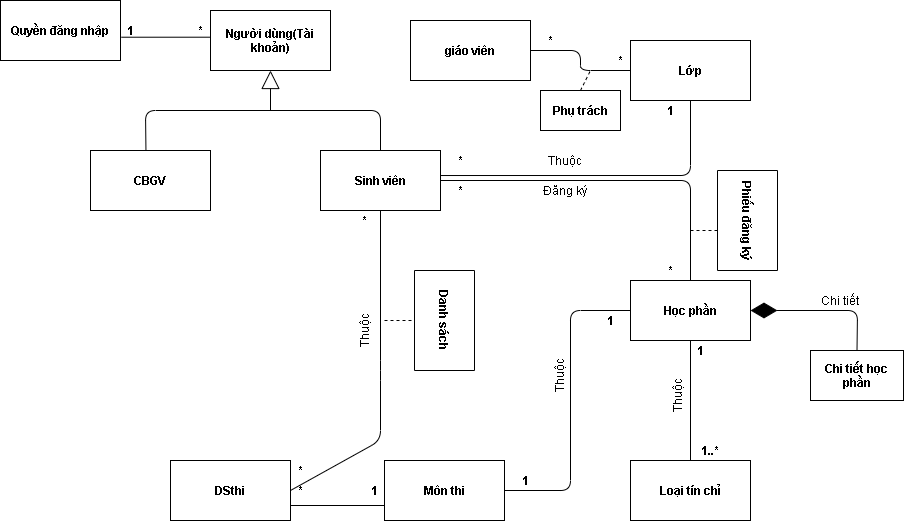
Dat0309/Cong-Nghe-Phan-Mem keeps this draw.io diagram as Ctk43/Phần Mềm Đăng Ký Học Phần/Class Diagram.drawio.png. Above is the earlier version. Source tidied: cells renumbered, new cells last; positions are measured from the earlier drawing's top-left corner, leaving out a move shared by most shapes.
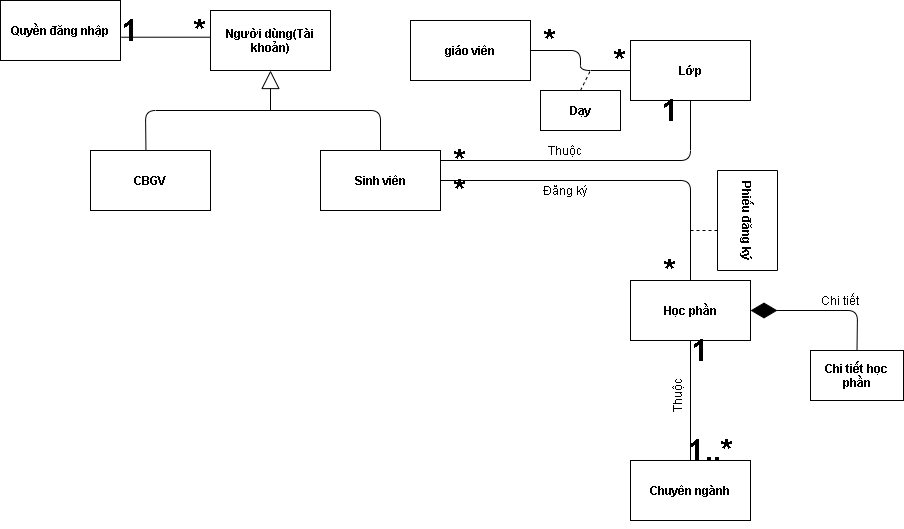
Later version of the same file.

Diff of the diagram source:
```diff
@@ -14,26 +14,23 @@
     <mxCell id="5" value="&lt;b&gt;Quyền đăng nhập&lt;/b&gt;" style="rounded=0;whiteSpace=wrap;html=1;" parent="1" vertex="1">
       <mxGeometry width="120" height="60" as="geometry" />
     </mxCell>
-    <mxCell id="6" value="&lt;b&gt;Môn thi&lt;/b&gt;" style="rounded=0;whiteSpace=wrap;html=1;" parent="1" vertex="1">
-      <mxGeometry x="384" y="460" width="120" height="60" as="geometry" />
-    </mxCell>
     <mxCell id="7" value="&lt;b&gt;CBGV&lt;/b&gt;" style="rounded=0;whiteSpace=wrap;html=1;" parent="1" vertex="1">
       <mxGeometry x="90" y="150" width="120" height="60" as="geometry" />
     </mxCell>
-    <mxCell id="8" value="&lt;b&gt;DSthi&lt;/b&gt;" style="rounded=0;whiteSpace=wrap;html=1;" parent="1" vertex="1">
-      <mxGeometry x="170" y="460" width="120" height="60" as="geometry" />
-    </mxCell>
     <mxCell id="9" value="&lt;b&gt;Lớp&lt;/b&gt;" style="rounded=0;whiteSpace=wrap;html=1;" parent="1" vertex="1">
       <mxGeometry x="630" y="40" width="120" height="60" as="geometry" />
     </mxCell>
-    <mxCell id="10" value="&lt;b&gt;Loại tín chỉ&lt;/b&gt;" style="rounded=0;whiteSpace=wrap;html=1;" parent="1" vertex="1">
+    <mxCell id="10" value="&lt;b&gt;Chuyên ngành&lt;br&gt;&lt;/b&gt;" style="rounded=0;whiteSpace=wrap;html=1;" parent="1" vertex="1">
       <mxGeometry x="630" y="460" width="120" height="60" as="geometry" />
     </mxCell>
     <mxCell id="11" value="&lt;b&gt;giáo viên&lt;/b&gt;" style="rounded=0;whiteSpace=wrap;html=1;" parent="1" vertex="1">
       <mxGeometry x="410" y="20" width="120" height="60" as="geometry" />
     </mxCell>
-    <mxCell id="12" style="edgeStyle=orthogonalEdgeStyle;rounded=0;orthogonalLoop=1;jettySize=auto;html=1;exitX=0.5;exitY=1;exitDx=0;exitDy=0;" parent="1" edge="1" source="6" target="6">
-      <mxGeometry relative="1" as="geometry" />
+    <mxCell id="12" style="edgeStyle=orthogonalEdgeStyle;rounded=0;orthogonalLoop=1;jettySize=auto;html=1;exitX=0.5;exitY=1;exitDx=0;exitDy=0;" parent="1" edge="1">
+      <mxGeometry relative="1" as="geometry">
+        <mxPoint x="444" y="520" as="sourcePoint" />
+        <mxPoint x="444" y="520" as="targetPoint" />
+      </mxGeometry>
     </mxCell>
     <mxCell id="13" style="endArrow=none;html=1;exitX=1;exitY=0.5;exitDx=0;exitDy=0;entryX=0.5;entryY=0;entryDx=0;entryDy=0;" parent="1" edge="1" source="3" target="4">
       <mxGeometry relative="1" as="geometry">
@@ -51,40 +48,16 @@
     <mxCell id="15" value="&lt;b&gt;Phiếu đăng ký&lt;/b&gt;" style="rounded=0;whiteSpace=wrap;html=1;rotation=90;" parent="1" vertex="1">
       <mxGeometry x="697" y="190" width="100" height="60" as="geometry" />
     </mxCell>
-    <mxCell id="16" style="endArrow=none;html=1;exitX=1.003;exitY=0.417;exitDx=0;exitDy=0;exitPerimeter=0;entryX=0.5;entryY=1;entryDx=0;entryDy=0;" parent="1" edge="1" source="3" target="9">
+    <mxCell id="16" style="endArrow=none;html=1;exitX=0;exitY=0.5;exitDx=0;exitDy=0;entryX=0.5;entryY=1;entryDx=0;entryDy=0;" parent="1" edge="1" source="36" target="9">
       <mxGeometry relative="1" as="geometry">
         <Array as="points">
-          <mxPoint x="690" y="175" />
+          <mxPoint x="690" y="160" />
         </Array>
       </mxGeometry>
     </mxCell>
     <mxCell id="17" style="endArrow=none;html=1;exitX=0.5;exitY=0;exitDx=0;exitDy=0;entryX=0.5;entryY=1;entryDx=0;entryDy=0;" parent="1" edge="1" source="10" target="4">
       <mxGeometry relative="1" as="geometry" />
     </mxCell>
-    <mxCell id="18" style="endArrow=none;html=1;exitX=1;exitY=0.5;exitDx=0;exitDy=0;entryX=0;entryY=0.5;entryDx=0;entryDy=0;" parent="1" edge="1" source="6" target="4">
-      <mxGeometry relative="1" as="geometry">
-        <Array as="points">
-          <mxPoint x="570" y="490" />
-          <mxPoint x="570" y="310" />
-        </Array>
-      </mxGeometry>
-    </mxCell>
-    <mxCell id="19" style="endArrow=none;html=1;exitX=1;exitY=0.5;exitDx=0;exitDy=0;entryX=0.5;entryY=1;entryDx=0;entryDy=0;" parent="1" edge="1" source="8" target="3">
-      <mxGeometry relative="1" as="geometry">
-        <Array as="points">
-          <mxPoint x="380" y="440" />
-          <mxPoint x="380" y="370" />
-        </Array>
-      </mxGeometry>
-    </mxCell>
-    <mxCell id="20" style="endArrow=none;dashed=1;html=1;entryX=0.5;entryY=1;entryDx=0;entryDy=0;" parent="1" edge="1" target="21">
-      <mxGeometry relative="1" as="geometry">
-        <mxPoint x="384" y="320" as="sourcePoint" />
-      </mxGeometry>
-    </mxCell>
-    <mxCell id="21" value="&lt;b&gt;Danh sách&lt;/b&gt;" style="rounded=0;whiteSpace=wrap;html=1;rotation=90;" parent="1" vertex="1">
-      <mxGeometry x="394" y="290" width="100" height="60" as="geometry" />
-    </mxCell>
     <mxCell id="22" style="endArrow=none;html=1;entryX=0;entryY=0.5;entryDx=0;entryDy=0;exitX=1;exitY=0.5;exitDx=0;exitDy=0;" parent="1" edge="1" source="11" target="9">
       <mxGeometry relative="1" as="geometry">
         <Array as="points">
@@ -98,7 +71,7 @@
         <mxPoint x="590" y="70" as="targetPoint" />
       </mxGeometry>
     </mxCell>
-    <mxCell id="24" value="&lt;b&gt;Phụ trách&lt;/b&gt;" style="rounded=0;whiteSpace=wrap;html=1;" parent="1" vertex="1">
+    <mxCell id="24" value="&lt;b&gt;Dạy&lt;/b&gt;" style="rounded=0;whiteSpace=wrap;html=1;" parent="1" vertex="1">
       <mxGeometry x="540" y="90" width="80" height="40" as="geometry" />
     </mxCell>
     <mxCell id="25" style="endArrow=none;html=1;exitX=1.006;exitY=0.612;exitDx=0;exitDy=0;exitPerimeter=0;entryX=-0.001;entryY=0.445;entryDx=0;entryDy=0;entryPerimeter=0;" parent="1" edge="1" source="5" target="2">
@@ -121,57 +94,39 @@
       <mxGeometry x="540" y="180" width="50" height="20" as="geometry" />
     </mxCell>
     <mxCell id="30" value="Thuộc" style="text;html=1;strokeColor=none;fillColor=none;align=center;verticalAlign=middle;whiteSpace=wrap;rounded=0;" parent="1" vertex="1">
-      <mxGeometry x="545" y="150" width="40" height="20" as="geometry" />
+      <mxGeometry x="545" y="140" width="40" height="20" as="geometry" />
     </mxCell>
-    <mxCell id="31" value="Thuộc" style="text;html=1;strokeColor=none;fillColor=none;align=center;verticalAlign=middle;whiteSpace=wrap;rounded=0;rotation=-90;" parent="1" vertex="1">
-      <mxGeometry x="539" y="365" width="40" height="20" as="geometry" />
-    </mxCell>
     <mxCell id="32" value="Thuộc" style="text;html=1;strokeColor=none;fillColor=none;align=center;verticalAlign=middle;whiteSpace=wrap;rounded=0;rotation=-90;" parent="1" vertex="1">
       <mxGeometry x="657" y="385" width="40" height="20" as="geometry" />
     </mxCell>
-    <mxCell id="33" value="Thuộc" style="text;html=1;strokeColor=none;fillColor=none;align=center;verticalAlign=middle;whiteSpace=wrap;rounded=0;rotation=-90;" parent="1" vertex="1">
-      <mxGeometry x="344" y="320" width="40" height="20" as="geometry" />
-    </mxCell>
-    <mxCell id="34" value="1..*" style="text;html=1;strokeColor=none;fillColor=none;align=center;verticalAlign=middle;whiteSpace=wrap;rounded=0;rotation=0;fontStyle=1;" parent="1" vertex="1">
+    <mxCell id="34" value="&lt;font style=&quot;font-size: 30px&quot;&gt;1..*&lt;/font&gt;" style="text;html=1;strokeColor=none;fillColor=none;align=center;verticalAlign=middle;whiteSpace=wrap;rounded=0;rotation=0;fontStyle=1;" parent="1" vertex="1">
       <mxGeometry x="690" y="440" width="40" height="20" as="geometry" />
     </mxCell>
-    <mxCell id="35" value="1" style="text;html=1;strokeColor=none;fillColor=none;align=center;verticalAlign=middle;whiteSpace=wrap;rounded=0;rotation=0;fontStyle=1;" parent="1" vertex="1">
+    <mxCell id="35" value="&lt;font style=&quot;font-size: 30px&quot;&gt;1&lt;/font&gt;" style="text;html=1;strokeColor=none;fillColor=none;align=center;verticalAlign=middle;whiteSpace=wrap;rounded=0;rotation=0;fontStyle=1;" parent="1" vertex="1">
       <mxGeometry x="680" y="340" width="40" height="20" as="geometry" />
     </mxCell>
-    <mxCell id="36" value="*" style="text;html=1;strokeColor=none;fillColor=none;align=center;verticalAlign=middle;whiteSpace=wrap;rounded=0;rotation=0;fontStyle=1;" parent="1" vertex="1">
+    <mxCell id="36" value="&lt;font style=&quot;font-size: 30px&quot;&gt;*&lt;/font&gt;" style="text;html=1;strokeColor=none;fillColor=none;align=center;verticalAlign=middle;whiteSpace=wrap;rounded=0;rotation=0;fontStyle=1;" parent="1" vertex="1">
       <mxGeometry x="440" y="150" width="40" height="20" as="geometry" />
     </mxCell>
-    <mxCell id="37" value="1" style="text;html=1;strokeColor=none;fillColor=none;align=center;verticalAlign=middle;whiteSpace=wrap;rounded=0;rotation=0;fontStyle=1;" parent="1" vertex="1">
+    <mxCell id="37" value="&lt;font style=&quot;font-size: 30px&quot;&gt;1&lt;/font&gt;" style="text;html=1;strokeColor=none;fillColor=none;align=center;verticalAlign=middle;whiteSpace=wrap;rounded=0;rotation=0;fontStyle=1;" parent="1" vertex="1">
       <mxGeometry x="650" y="100" width="40" height="20" as="geometry" />
     </mxCell>
-    <mxCell id="38" value="*" style="text;html=1;strokeColor=none;fillColor=none;align=center;verticalAlign=middle;whiteSpace=wrap;rounded=0;rotation=0;fontStyle=1;" parent="1" vertex="1">
+    <mxCell id="38" value="&lt;font style=&quot;font-size: 30px&quot;&gt;*&lt;/font&gt;" style="text;html=1;strokeColor=none;fillColor=none;align=center;verticalAlign=middle;whiteSpace=wrap;rounded=0;rotation=0;fontStyle=1;" parent="1" vertex="1">
       <mxGeometry x="440" y="180" width="40" height="20" as="geometry" />
     </mxCell>
-    <mxCell id="39" value="*" style="text;html=1;strokeColor=none;fillColor=none;align=center;verticalAlign=middle;whiteSpace=wrap;rounded=0;rotation=0;fontStyle=1;" parent="1" vertex="1">
+    <mxCell id="39" value="&lt;font style=&quot;font-size: 30px&quot;&gt;*&lt;/font&gt;" style="text;html=1;strokeColor=none;fillColor=none;align=center;verticalAlign=middle;whiteSpace=wrap;rounded=0;rotation=0;fontStyle=1;" parent="1" vertex="1">
       <mxGeometry x="650" y="260" width="40" height="20" as="geometry" />
     </mxCell>
-    <mxCell id="40" value="1" style="text;html=1;strokeColor=none;fillColor=none;align=center;verticalAlign=middle;whiteSpace=wrap;rounded=0;rotation=0;fontStyle=1;" parent="1" vertex="1">
-      <mxGeometry x="590" y="310" width="40" height="20" as="geometry" />
-    </mxCell>
-    <mxCell id="41" value="1" style="text;html=1;strokeColor=none;fillColor=none;align=center;verticalAlign=middle;whiteSpace=wrap;rounded=0;rotation=0;fontStyle=1;" parent="1" vertex="1">
-      <mxGeometry x="505" y="470" width="40" height="20" as="geometry" />
-    </mxCell>
-    <mxCell id="42" value="*" style="text;html=1;strokeColor=none;fillColor=none;align=center;verticalAlign=middle;whiteSpace=wrap;rounded=0;rotation=0;fontStyle=1;" parent="1" vertex="1">
+    <mxCell id="42" value="&lt;font style=&quot;font-size: 30px&quot;&gt;*&lt;/font&gt;" style="text;html=1;strokeColor=none;fillColor=none;align=center;verticalAlign=middle;whiteSpace=wrap;rounded=0;rotation=0;fontStyle=1;" parent="1" vertex="1">
       <mxGeometry x="530" y="30" width="40" height="20" as="geometry" />
     </mxCell>
-    <mxCell id="43" value="*" style="text;html=1;strokeColor=none;fillColor=none;align=center;verticalAlign=middle;whiteSpace=wrap;rounded=0;rotation=0;fontStyle=1;" parent="1" vertex="1">
+    <mxCell id="43" value="&lt;font style=&quot;font-size: 30px&quot;&gt;*&lt;/font&gt;" style="text;html=1;strokeColor=none;fillColor=none;align=center;verticalAlign=middle;whiteSpace=wrap;rounded=0;rotation=0;fontStyle=1;" parent="1" vertex="1">
       <mxGeometry x="600" y="50" width="40" height="20" as="geometry" />
     </mxCell>
-    <mxCell id="44" value="&lt;b&gt;*&lt;/b&gt;" style="text;html=1;strokeColor=none;fillColor=none;align=center;verticalAlign=middle;whiteSpace=wrap;rounded=0;rotation=0;fontStyle=0;" parent="1" vertex="1">
-      <mxGeometry x="344" y="210" width="40" height="20" as="geometry" />
-    </mxCell>
-    <mxCell id="45" value="*" style="text;html=1;strokeColor=none;fillColor=none;align=center;verticalAlign=middle;whiteSpace=wrap;rounded=0;rotation=0;fontStyle=1;" parent="1" vertex="1">
-      <mxGeometry x="280" y="460" width="40" height="20" as="geometry" />
-    </mxCell>
-    <mxCell id="46" value="*" style="text;html=1;strokeColor=none;fillColor=none;align=center;verticalAlign=middle;whiteSpace=wrap;rounded=0;rotation=0;fontStyle=1;" parent="1" vertex="1">
+    <mxCell id="46" value="&lt;font style=&quot;font-size: 30px&quot;&gt;*&lt;/font&gt;" style="text;html=1;strokeColor=none;fillColor=none;align=center;verticalAlign=middle;whiteSpace=wrap;rounded=0;rotation=0;fontStyle=1;" parent="1" vertex="1">
       <mxGeometry x="180" y="20" width="40" height="20" as="geometry" />
     </mxCell>
-    <mxCell id="47" value="1" style="text;html=1;strokeColor=none;fillColor=none;align=center;verticalAlign=middle;whiteSpace=wrap;rounded=0;rotation=0;fontStyle=1;" parent="1" vertex="1">
+    <mxCell id="47" value="&lt;font style=&quot;font-size: 30px&quot;&gt;1&lt;/font&gt;" style="text;html=1;strokeColor=none;fillColor=none;align=center;verticalAlign=middle;whiteSpace=wrap;rounded=0;rotation=0;fontStyle=1;" parent="1" vertex="1">
       <mxGeometry x="110" y="20" width="40" height="20" as="geometry" />
     </mxCell>
     <mxCell id="48" style="endArrow=none;html=1;exitX=0.462;exitY=-0.014;exitDx=0;exitDy=0;exitPerimeter=0;entryX=0.5;entryY=0;entryDx=0;entryDy=0;" parent="1" edge="1" source="7" target="3">
@@ -187,14 +142,5 @@
         <mxPoint x="270" y="110" as="sourcePoint" />
       </mxGeometry>
     </mxCell>
-    <mxCell id="50" style="endArrow=none;html=1;exitX=1;exitY=0.75;exitDx=0;exitDy=0;entryX=0;entryY=0.75;entryDx=0;entryDy=0;" parent="1" edge="1" source="8" target="6">
-      <mxGeometry relative="1" as="geometry" />
-    </mxCell>
-    <mxCell id="51" value="1" style="text;html=1;strokeColor=none;fillColor=none;align=center;verticalAlign=middle;whiteSpace=wrap;rounded=0;rotation=0;fontStyle=1;" parent="1" vertex="1">
-      <mxGeometry x="354" y="480" width="40" height="20" as="geometry" />
-    </mxCell>
-    <mxCell id="52" value="*" style="text;html=1;strokeColor=none;fillColor=none;align=center;verticalAlign=middle;whiteSpace=wrap;rounded=0;rotation=0;fontStyle=1;" parent="1" vertex="1">
-      <mxGeometry x="280" y="480" width="40" height="20" as="geometry" />
-    </mxCell>
   </root>
 </mxGraphModel>
```
